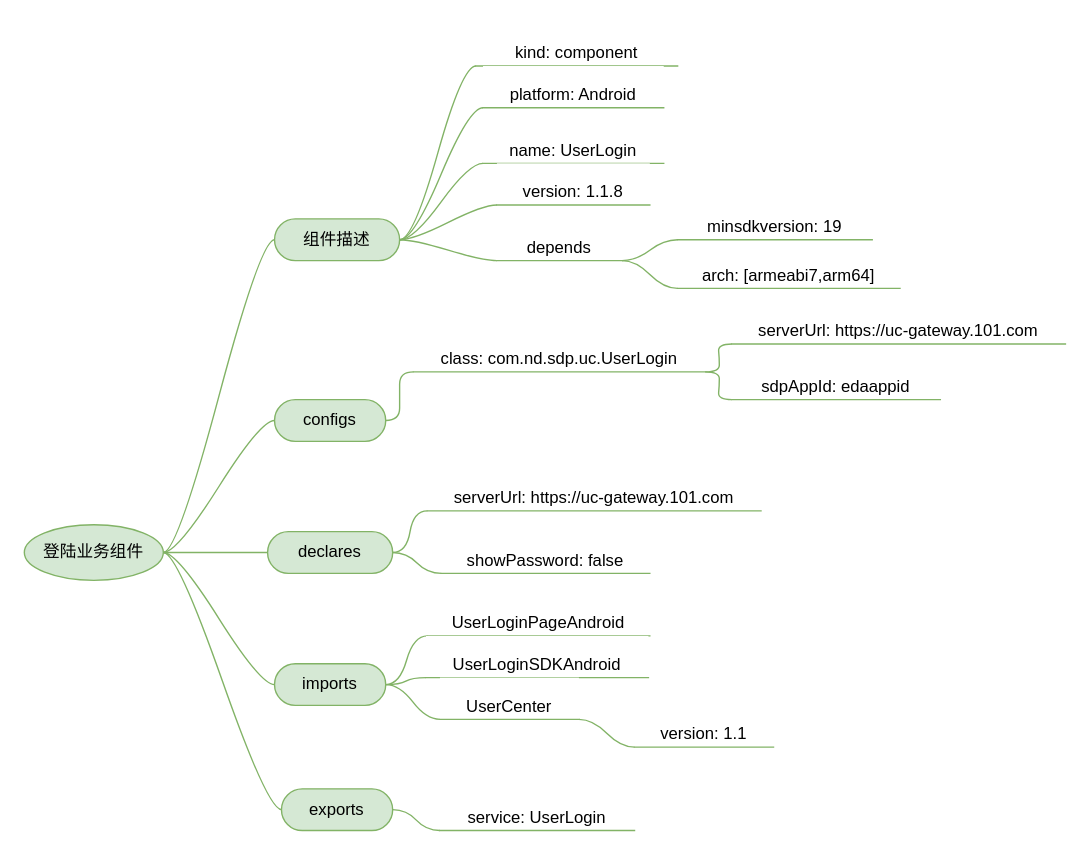
This is page "第 12 页" (12 of 12) of assembly-factory.drawio from kwhitestone/drawio, a draw.io file, before an edit. Source tidied: cells renumbered, new cells numbered last; positions are measured from the earlier drawing's top-left corner, leaving out a move shared by most shapes. Both pictures are drawn from the tidied source at 139%, with x=0, y=0 at pixel (24, 24).
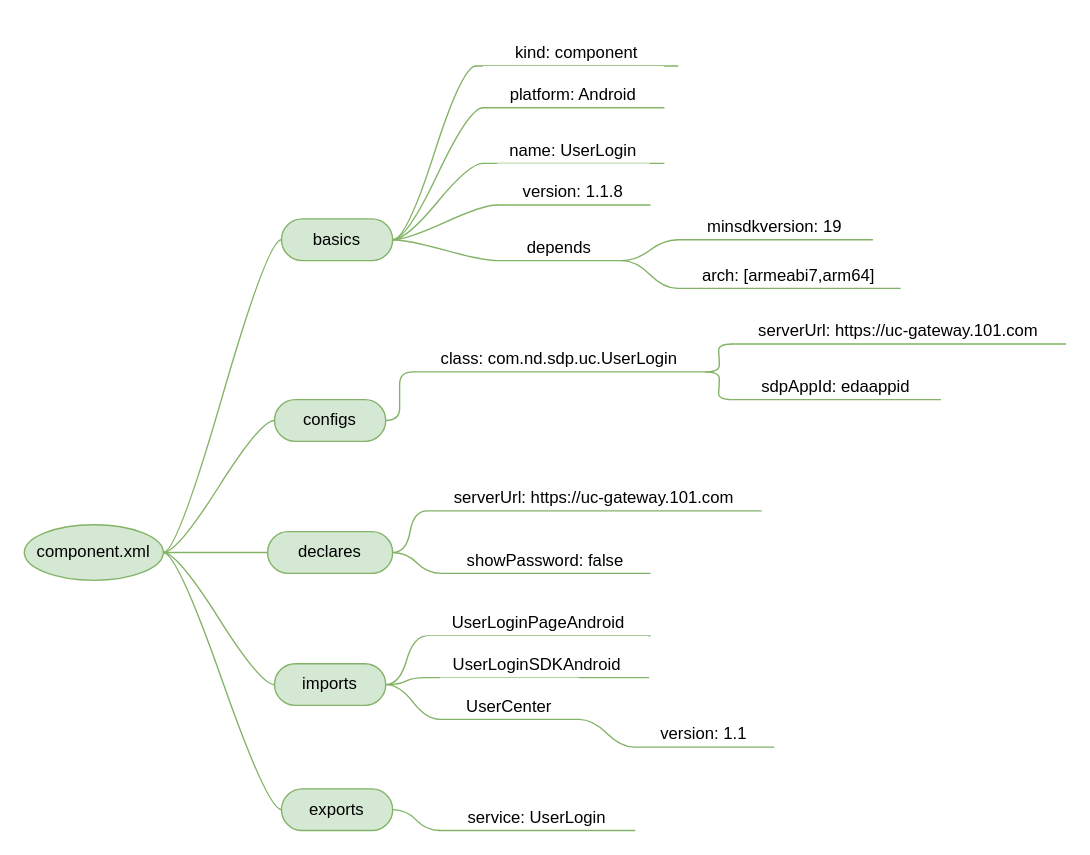
The same page after the edit.

The edit, as a diff of the source:
```diff
@@
-    <mxCell id="6" value="登陆业务组件" style="ellipse;whiteSpace=wrap;html=1;align=center;newEdgeStyle={&quot;edgeStyle&quot;:&quot;entityRelationEdgeStyle&quot;,&quot;startArrow&quot;:&quot;none&quot;,&quot;endArrow&quot;:&quot;none&quot;,&quot;segment&quot;:10,&quot;curved&quot;:1,&quot;sourcePerimeterSpacing&quot;:0,&quot;targetPerimeterSpacing&quot;:0};fillColor=#d5e8d4;strokeColor=#82B366;" parent="1" vertex="1">
+    <mxCell id="6" value="component.xml" style="ellipse;whiteSpace=wrap;html=1;align=center;newEdgeStyle={&quot;edgeStyle&quot;:&quot;entityRelationEdgeStyle&quot;,&quot;startArrow&quot;:&quot;none&quot;,&quot;endArrow&quot;:&quot;none&quot;,&quot;segment&quot;:10,&quot;curved&quot;:1,&quot;sourcePerimeterSpacing&quot;:0,&quot;targetPerimeterSpacing&quot;:0};fillColor=#d5e8d4;strokeColor=#82B366;" parent="1" vertex="1">
       <mxGeometry y="360" width="100" height="40" as="geometry" />
     </mxCell>
@@
-    <mxCell id="12" value="组件描述" style="whiteSpace=wrap;html=1;rounded=1;arcSize=50;align=center;verticalAlign=middle;strokeWidth=1;spacing=4;newEdgeStyle={&quot;edgeStyle&quot;:&quot;entityRelationEdgeStyle&quot;,&quot;startArrow&quot;:&quot;none&quot;,&quot;endArrow&quot;:&quot;none&quot;,&quot;segment&quot;:10,&quot;curved&quot;:1,&quot;sourcePerimeterSpacing&quot;:0,&quot;targetPerimeterSpacing&quot;:0};fillColor=#d5e8d4;strokeColor=#82B366;" parent="1" vertex="1">
-      <mxGeometry x="180" y="140" width="90" height="30" as="geometry" />
+    <mxCell id="12" value="basics" style="whiteSpace=wrap;html=1;rounded=1;arcSize=50;align=center;verticalAlign=middle;strokeWidth=1;spacing=4;newEdgeStyle={&quot;edgeStyle&quot;:&quot;entityRelationEdgeStyle&quot;,&quot;startArrow&quot;:&quot;none&quot;,&quot;endArrow&quot;:&quot;none&quot;,&quot;segment&quot;:10,&quot;curved&quot;:1,&quot;sourcePerimeterSpacing&quot;:0,&quot;targetPerimeterSpacing&quot;:0};fillColor=#d5e8d4;strokeColor=#82B366;" parent="1" vertex="1">
+      <mxGeometry x="185" y="140" width="80" height="30" as="geometry" />
     </mxCell>
```
